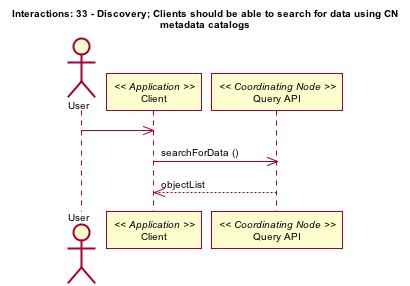
Above: source/UseCases/images/33_interaction.png in datadavev/DataONE_architecture (PlantUML), before the change.
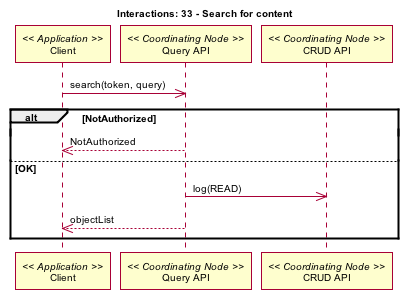
The same diagram one commit later.

Diff of the diagram source:
```diff
@@ -56,11 +56,15 @@
 skinparam usecaseArrowFontColor black
 skinparam usecaseArrowFontSize 10
 skinparam usecaseArrowFontName arial
-title Interactions: 33 - Discovery; Clients should be able to search for data using CN\nmetadata catalogs
-actor User
+title Interactions: 33 - Search for content
 participant "Client" as app_client << Application >>
-User -> app_client
 participant "Query API" as c_query << Coordinating Node >>
-app_client -> c_query: searchForData ()
+participant "CRUD API" as c_crud << Coordinating Node >>
+app_client -> c_query: search(token, query)
+alt NotAuthorized
+app_client <-- c_query: NotAuthorized
+else OK
+c_query -> c_crud: log(READ)
 app_client <-- c_query: objectList
+end
 @enduml
```
